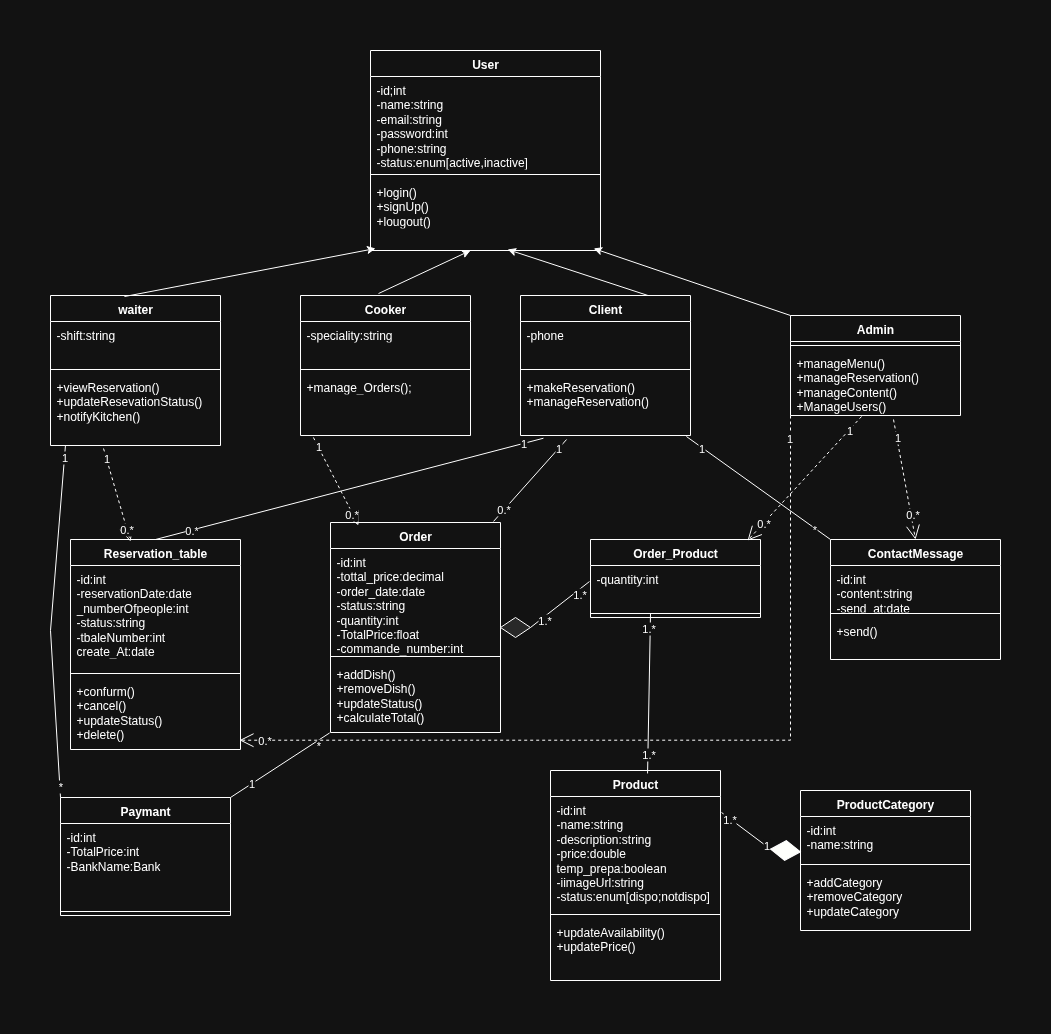
The draw.io diagram UML_Restaurant.drawio.png in ELMAKHTARLAARIF/Gestion_restaurant, before a commit. Source tidied: cells renumbered, new cells last; positions are measured from the earlier drawing's top-left corner, leaving out a move shared by most shapes.
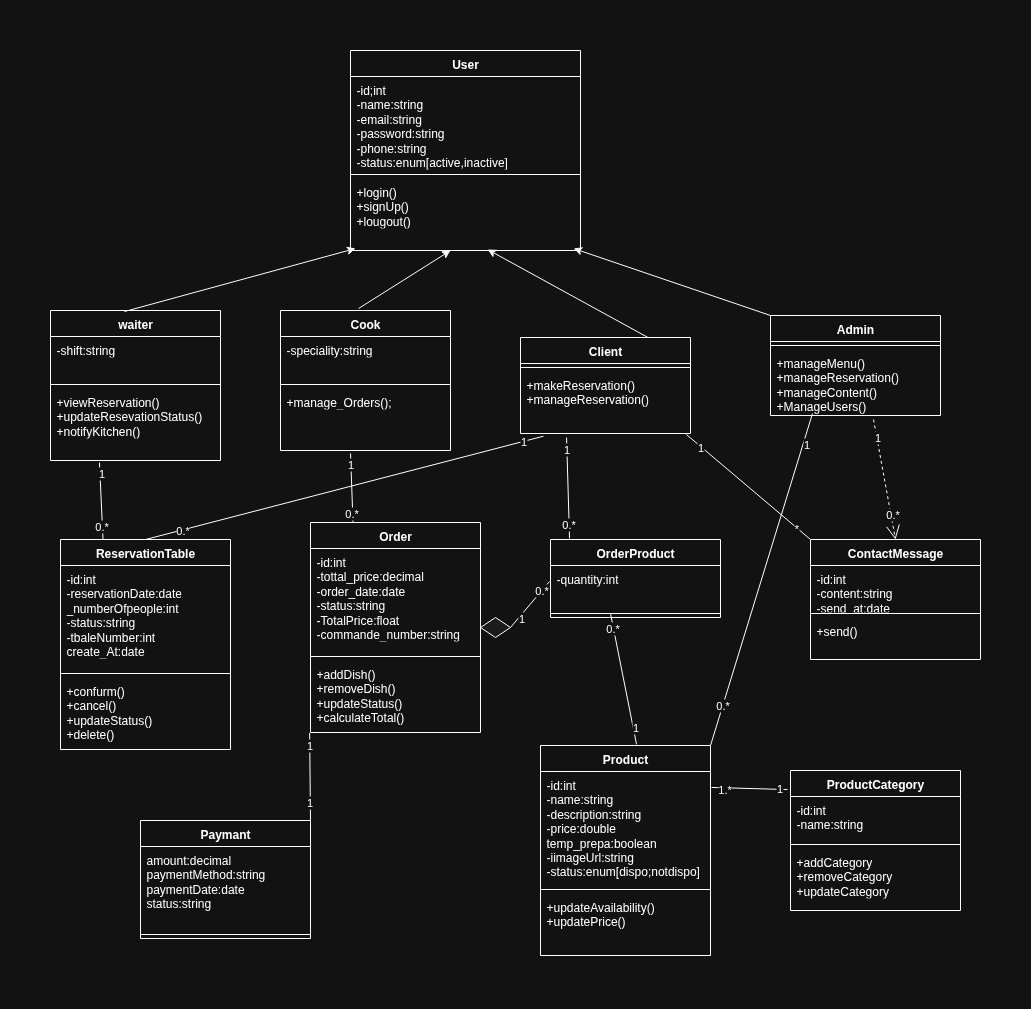
After the change.

The edit, as a diff of the source:
```diff
@@ -7,3 +7,3 @@
     </mxCell>
-    <mxCell id="3" value="-id;int&lt;div&gt;-name:string&lt;/div&gt;&lt;div&gt;-email:string&lt;/div&gt;&lt;div&gt;-password:int&lt;/div&gt;&lt;div&gt;-phone:string&lt;/div&gt;&lt;div&gt;-status:enum[active,inactive]&lt;/div&gt;" style="text;strokeColor=none;fillColor=none;align=left;verticalAlign=top;spacingLeft=4;spacingRight=4;overflow=hidden;whiteSpace=wrap;html=1;" parent="2" vertex="1">
+    <mxCell id="3" value="-id;int&lt;div&gt;-name:string&lt;/div&gt;&lt;div&gt;-email:string&lt;/div&gt;&lt;div&gt;-password:string&lt;/div&gt;&lt;div&gt;-phone:string&lt;/div&gt;&lt;div&gt;-status:enum[active,inactive]&lt;/div&gt;" style="text;strokeColor=none;fillColor=none;align=left;verticalAlign=top;spacingLeft=4;spacingRight=4;overflow=hidden;whiteSpace=wrap;html=1;" parent="2" vertex="1">
       <mxGeometry y="26" width="230" height="94" as="geometry" />
@@ -17,12 +17,9 @@
     <mxCell id="6" value="Client" style="swimlane;fontStyle=1;align=center;verticalAlign=top;horizontal=1;startSize=26;whiteSpace=wrap;html=1;" parent="1" vertex="1">
-      <mxGeometry x="470" y="245" width="170" height="140" as="geometry" />
+      <mxGeometry x="490" y="287" width="170" height="96" as="geometry" />
     </mxCell>
-    <mxCell id="7" value="-phone" style="text;strokeColor=none;fillColor=none;align=left;verticalAlign=top;spacingLeft=4;spacingRight=4;overflow=hidden;whiteSpace=wrap;html=1;" parent="6" vertex="1">
-      <mxGeometry y="26" width="170" height="44" as="geometry" />
-    </mxCell>
     <mxCell id="8" style="line;strokeWidth=1;fillColor=none;align=left;verticalAlign=middle;spacingTop=-1;spacingLeft=3;spacingRight=3;labelPosition=right;strokeColor=inherit;" parent="6" vertex="1">
-      <mxGeometry y="70" width="170" height="8" as="geometry" />
+      <mxGeometry y="26" width="170" height="8" as="geometry" />
     </mxCell>
     <mxCell id="9" value="+makeReservation()&lt;div&gt;+manageReservation()&lt;/div&gt;" style="text;strokeColor=none;fillColor=none;align=left;verticalAlign=top;spacingLeft=4;spacingRight=4;overflow=hidden;points=[[0,0.5],[1,0.5]];portConstraint=eastwest;whiteSpace=wrap;html=1;" parent="6" vertex="1">
-      <mxGeometry y="78" width="170" height="62" as="geometry" />
+      <mxGeometry y="34" width="170" height="62" as="geometry" />
     </mxCell>
@@ -43,4 +40,4 @@
     </mxCell>
-    <mxCell id="14" value="Cooker" style="swimlane;fontStyle=1;align=center;verticalAlign=top;horizontal=1;startSize=26;whiteSpace=wrap;html=1;" parent="1" vertex="1">
-      <mxGeometry x="250" y="245" width="170" height="140" as="geometry" />
+    <mxCell id="14" value="Cook" style="swimlane;fontStyle=1;align=center;verticalAlign=top;horizontal=1;startSize=26;whiteSpace=wrap;html=1;" parent="1" vertex="1">
+      <mxGeometry x="250" y="260" width="170" height="140" as="geometry" />
     </mxCell>
@@ -56,3 +53,3 @@
     <mxCell id="18" value="waiter" style="swimlane;fontStyle=1;align=center;verticalAlign=top;horizontal=1;startSize=26;whiteSpace=wrap;html=1;" parent="1" vertex="1">
-      <mxGeometry y="245" width="170" height="150" as="geometry" />
+      <mxGeometry x="20" y="260" width="170" height="150" as="geometry" />
     </mxCell>
@@ -68,3 +65,3 @@
     <mxCell id="22" value="ProductCategory" style="swimlane;fontStyle=1;align=center;verticalAlign=top;horizontal=1;startSize=26;whiteSpace=wrap;html=1;" parent="1" vertex="1">
-      <mxGeometry x="750" y="740" width="170" height="140" as="geometry" />
+      <mxGeometry x="760" y="720" width="170" height="140" as="geometry" />
     </mxCell>
@@ -79,4 +76,4 @@
     </mxCell>
-    <mxCell id="26" value="Reservation_table" style="swimlane;fontStyle=1;align=center;verticalAlign=top;horizontal=1;startSize=26;whiteSpace=wrap;html=1;" parent="1" vertex="1">
-      <mxGeometry x="20" y="489" width="170" height="210" as="geometry" />
+    <mxCell id="26" value="ReservationTable" style="swimlane;fontStyle=1;align=center;verticalAlign=top;horizontal=1;startSize=26;whiteSpace=wrap;html=1;" parent="1" vertex="1">
+      <mxGeometry x="30" y="489" width="170" height="210" as="geometry" />
     </mxCell>
@@ -92,3 +89,3 @@
     <mxCell id="30" value="Product" style="swimlane;fontStyle=1;align=center;verticalAlign=top;horizontal=1;startSize=26;whiteSpace=wrap;html=1;" parent="1" vertex="1">
-      <mxGeometry x="500" y="720" width="170" height="210" as="geometry" />
+      <mxGeometry x="510" y="695" width="170" height="210" as="geometry" />
     </mxCell>
@@ -106,3 +103,3 @@
     </mxCell>
-    <mxCell id="35" value="-id:int&lt;div&gt;-tottal_price:decimal&lt;/div&gt;&lt;div&gt;-order_date:date&lt;/div&gt;&lt;div&gt;-status:string&lt;/div&gt;&lt;div&gt;-quantity:int&lt;/div&gt;&lt;div&gt;-TotalPrice:float&lt;/div&gt;&lt;div&gt;-commande_number:int&lt;/div&gt;" style="text;strokeColor=none;fillColor=none;align=left;verticalAlign=top;spacingLeft=4;spacingRight=4;overflow=hidden;whiteSpace=wrap;html=1;" parent="34" vertex="1">
+    <mxCell id="35" value="-id:int&lt;div&gt;-tottal_price:decimal&lt;/div&gt;&lt;div&gt;-order_date:date&lt;/div&gt;&lt;div&gt;-status:string&lt;/div&gt;&lt;div&gt;-TotalPrice:float&lt;/div&gt;&lt;div&gt;-commande_number:string&lt;/div&gt;" style="text;strokeColor=none;fillColor=none;align=left;verticalAlign=top;spacingLeft=4;spacingRight=4;overflow=hidden;whiteSpace=wrap;html=1;" parent="34" vertex="1">
       <mxGeometry y="26" width="170" height="104" as="geometry" />
@@ -134,5 +131,5 @@
     <mxCell id="44" value="Paymant" style="swimlane;fontStyle=1;align=center;verticalAlign=top;horizontal=1;startSize=26;whiteSpace=wrap;html=1;" parent="1" vertex="1">
-      <mxGeometry x="10" y="747" width="170" height="118" as="geometry" />
+      <mxGeometry x="110" y="770" width="170" height="118" as="geometry" />
     </mxCell>
-    <mxCell id="45" value="-id:int&lt;div&gt;-TotalPrice:int&lt;/div&gt;&lt;div&gt;-BankName:Bank&lt;/div&gt;&lt;div&gt;&lt;br&gt;&lt;/div&gt;" style="text;strokeColor=none;fillColor=none;align=left;verticalAlign=top;spacingLeft=4;spacingRight=4;overflow=hidden;whiteSpace=wrap;html=1;" parent="44" vertex="1">
+    <mxCell id="45" value="&lt;div&gt;amount:decimal&lt;br&gt;paymentMethod:string&lt;br&gt;paymentDate:date&lt;br&gt;status:string&lt;/div&gt;" style="text;strokeColor=none;fillColor=none;align=left;verticalAlign=top;spacingLeft=4;spacingRight=4;overflow=hidden;whiteSpace=wrap;html=1;" parent="44" vertex="1">
       <mxGeometry y="26" width="170" height="84" as="geometry" />
@@ -142,15 +139,2 @@
     </mxCell>
-    <mxCell id="47" style="endArrow=none;html=1;rounded=0;exitX=0;exitY=0;exitDx=0;exitDy=0;entryX=0.088;entryY=1;entryDx=0;entryDy=0;entryPerimeter=0;" parent="1" edge="1" source="44" target="21">
-      <mxGeometry relative="1" as="geometry">
-        <Array as="points">
-          <mxPoint y="580" />
-        </Array>
-      </mxGeometry>
-    </mxCell>
-    <mxCell id="48" value="1" style="edgeLabel;html=1;align=center;verticalAlign=middle;" parent="47" vertex="1">
-      <mxGeometry x="0.93" y="1" relative="1" as="geometry" />
-    </mxCell>
-    <mxCell id="49" value="*" style="edgeLabel;html=1;align=center;verticalAlign=middle;" parent="47" vertex="1">
-      <mxGeometry x="-0.93" relative="1" as="geometry" />
-    </mxCell>
     <mxCell id="50" style="endArrow=none;html=1;rounded=0;exitX=1;exitY=0;exitDx=0;exitDy=0;entryX=-0.005;entryY=1.006;entryDx=0;entryDy=0;entryPerimeter=0;" parent="1" edge="1" source="44" target="37">
@@ -158,7 +142,2 @@
     </mxCell>
-    <mxCell id="51" value="*" style="edgeLabel;html=1;align=center;verticalAlign=middle;" parent="50" vertex="1">
-      <mxGeometry x="0.73" y="-4" relative="1" as="geometry">
-        <mxPoint x="-1" as="offset" />
-      </mxGeometry>
-    </mxCell>
     <mxCell id="52" value="1" style="edgeLabel;html=1;align=center;verticalAlign=middle;" parent="50" vertex="1">
@@ -166,2 +145,5 @@
     </mxCell>
+    <mxCell id="93" value="1" style="edgeLabel;html=1;align=center;verticalAlign=middle;" parent="50" vertex="1">
+      <mxGeometry x="0.74" y="1" relative="1" as="geometry" />
+    </mxCell>
     <mxCell id="53" style="endArrow=classic;html=1;rounded=0;entryX=0.97;entryY=0.972;entryDx=0;entryDy=0;entryPerimeter=0;exitX=0;exitY=0;exitDx=0;exitDy=0;" parent="1" edge="1" source="10" target="5">
@@ -178,3 +160,3 @@
     </mxCell>
-    <mxCell id="57" style="endArrow=none;html=1;rounded=0;entryX=1.006;entryY=0.14;entryDx=0;entryDy=0;entryPerimeter=0;exitX=0;exitY=0.5;exitDx=0;exitDy=0;" parent="1" edge="1" source="69" target="31">
+    <mxCell id="57" style="endArrow=none;html=1;rounded=0;entryX=1.006;entryY=0.14;entryDx=0;entryDy=0;entryPerimeter=0;exitX=-0.018;exitY=0.136;exitDx=0;exitDy=0;exitPerimeter=0;" parent="1" edge="1" source="22" target="31">
       <mxGeometry relative="1" as="geometry" />
@@ -187,13 +169,13 @@
     </mxCell>
-    <mxCell id="60" style="endArrow=none;html=1;rounded=0;exitX=0.353;exitY=1.091;exitDx=0;exitDy=0;entryX=0.571;entryY=0.014;entryDx=0;entryDy=0;entryPerimeter=0;exitPerimeter=0;" parent="1" edge="1" source="64" target="30">
+    <mxCell id="60" style="endArrow=none;html=1;rounded=0;exitX=0.353;exitY=1.091;exitDx=0;exitDy=0;entryX=0.565;entryY=-0.005;entryDx=0;entryDy=0;entryPerimeter=0;exitPerimeter=0;" parent="1" edge="1" source="64" target="30">
       <mxGeometry relative="1" as="geometry" />
     </mxCell>
-    <mxCell id="61" value="1.*" style="edgeLabel;html=1;align=center;verticalAlign=middle;" parent="60" vertex="1">
-      <mxGeometry x="-0.81" y="-2" relative="1" as="geometry" />
-    </mxCell>
-    <mxCell id="62" value="1.*" style="edgeLabel;html=1;align=center;verticalAlign=middle;" parent="60" vertex="1">
-      <mxGeometry x="0.77" relative="1" as="geometry" />
-    </mxCell>
+    <mxCell id="94" value="1" style="edgeLabel;html=1;align=center;verticalAlign=middle;" parent="60" vertex="1">
+      <mxGeometry x="0.74" y="2" relative="1" as="geometry" />
+    </mxCell>
+    <mxCell id="95" value="0.*" style="edgeLabel;html=1;align=center;verticalAlign=middle;" parent="60" vertex="1">
+      <mxGeometry x="-0.78" y="-1" relative="1" as="geometry" />
+    </mxCell>
-    <mxCell id="63" value="Order_Product" style="swimlane;fontStyle=1;align=center;verticalAlign=top;horizontal=1;startSize=26;whiteSpace=wrap;html=1;" parent="1" vertex="1">
-      <mxGeometry x="540" y="489" width="170" height="78" as="geometry" />
+    <mxCell id="63" value="OrderProduct" style="swimlane;fontStyle=1;align=center;verticalAlign=top;horizontal=1;startSize=26;whiteSpace=wrap;html=1;" parent="1" vertex="1">
+      <mxGeometry x="520" y="489" width="170" height="78" as="geometry" />
     </mxCell>
@@ -208,12 +190,9 @@
     </mxCell>
-    <mxCell id="67" value="1.*" style="edgeLabel;html=1;align=center;verticalAlign=middle;" parent="66" vertex="1">
-      <mxGeometry x="0.57" y="-3" relative="1" as="geometry" />
-    </mxCell>
-    <mxCell id="68" value="1.*" style="edgeLabel;html=1;align=center;verticalAlign=middle;" parent="66" vertex="1">
-      <mxGeometry x="-0.59" y="-2" relative="1" as="geometry" />
-    </mxCell>
-    <mxCell id="69" style="shape=rhombus;perimeter=rhombusPerimeter;whiteSpace=wrap;html=1;align=center;rotation=5;fillColor=#FEFFFB;" parent="1" vertex="1">
-      <mxGeometry x="720" y="790" width="30" height="20" as="geometry" />
-    </mxCell>
+    <mxCell id="96" value="1" style="edgeLabel;html=1;align=center;verticalAlign=middle;" parent="66" vertex="1">
+      <mxGeometry x="-0.54" y="-2" relative="1" as="geometry" />
+    </mxCell>
+    <mxCell id="97" value="0.*" style="edgeLabel;html=1;align=center;verticalAlign=middle;" parent="66" vertex="1">
+      <mxGeometry x="0.58" y="1" relative="1" as="geometry" />
+    </mxCell>
-    <mxCell id="70" style="shape=rhombus;perimeter=rhombusPerimeter;whiteSpace=wrap;html=1;align=center;rotation=-180;fillColor=#282828;" parent="1" vertex="1">
+    <mxCell id="70" style="shape=rhombus;perimeter=rhombusPerimeter;whiteSpace=wrap;html=1;align=center;rotation=-180;fillColor=#1B1B1B;strokeColor=#FBFFF3;" parent="1" vertex="1">
       <mxGeometry x="450" y="567" width="30" height="20" as="geometry" />
@@ -232,3 +211,3 @@
     </mxCell>
-    <mxCell id="75" style="endArrow=none;html=1;rounded=0;exitX=0.271;exitY=1.065;exitDx=0;exitDy=0;exitPerimeter=0;entryX=0.959;entryY=-0.005;entryDx=0;entryDy=0;entryPerimeter=0;" parent="1" edge="1" source="9" target="34">
+    <mxCell id="75" style="endArrow=none;html=1;rounded=0;exitX=0.271;exitY=1.065;exitDx=0;exitDy=0;exitPerimeter=0;entryX=0.112;entryY=-0.013;entryDx=0;entryDy=0;entryPerimeter=0;" parent="1" edge="1" source="9" target="63">
       <mxGeometry relative="1" as="geometry" />
@@ -250,43 +229,29 @@
     </mxCell>
-    <mxCell id="81" style="endArrow=open;endSize=12;dashed=1;html=1;rounded=0;exitX=0.418;exitY=1.015;exitDx=0;exitDy=0;exitPerimeter=0;entryX=0.924;entryY=0.013;entryDx=0;entryDy=0;entryPerimeter=0;" parent="1" edge="1" source="13" target="63">
-      <mxGeometry relative="1" as="geometry" />
-    </mxCell>
-    <mxCell id="82" value="0.*" style="edgeLabel;html=1;align=center;verticalAlign=middle;" parent="81" vertex="1">
-      <mxGeometry x="0.72" y="-1" relative="1" as="geometry" />
-    </mxCell>
-    <mxCell id="83" value="1" style="edgeLabel;html=1;align=center;verticalAlign=middle;" parent="81" vertex="1">
-      <mxGeometry x="-0.79" relative="1" as="geometry" />
-    </mxCell>
-    <mxCell id="84" style="endArrow=open;endSize=12;dashed=1;html=1;rounded=0;exitX=0;exitY=1;exitDx=0;exitDy=0;exitPerimeter=0;entryX=0.994;entryY=0.871;entryDx=0;entryDy=0;entryPerimeter=0;edgeStyle=orthogonalEdgeStyle;" parent="1" edge="1" source="13" target="29">
-      <mxGeometry relative="1" as="geometry">
-        <Array as="points">
-          <mxPoint x="740" y="690" />
-          <mxPoint x="189" y="690" />
-        </Array>
-      </mxGeometry>
-    </mxCell>
-    <mxCell id="85" value="0.*" style="edgeLabel;html=1;align=center;verticalAlign=middle;" parent="84" vertex="1">
-      <mxGeometry x="0.94" relative="1" as="geometry" />
-    </mxCell>
-    <mxCell id="86" value="1" style="edgeLabel;html=1;align=center;verticalAlign=middle;" parent="84" vertex="1">
-      <mxGeometry x="-0.95" y="-2" relative="1" as="geometry" />
-    </mxCell>
-    <mxCell id="87" style="endArrow=open;endSize=12;dashed=1;html=1;rounded=0;exitX=0.312;exitY=1.042;exitDx=0;exitDy=0;exitPerimeter=0;entryX=0.353;entryY=0.01;entryDx=0;entryDy=0;entryPerimeter=0;" parent="1" edge="1" source="21" target="26">
-      <mxGeometry relative="1" as="geometry" />
-    </mxCell>
-    <mxCell id="88" value="0.*" style="edgeLabel;html=1;align=center;verticalAlign=middle;" parent="87" vertex="1">
-      <mxGeometry x="0.72" y="-1" relative="1" as="geometry" />
-    </mxCell>
-    <mxCell id="89" value="1" style="edgeLabel;html=1;align=center;verticalAlign=middle;" parent="87" vertex="1">
-      <mxGeometry x="-0.79" relative="1" as="geometry" />
-    </mxCell>
-    <mxCell id="90" style="endArrow=open;endSize=12;dashed=1;html=1;rounded=0;exitX=0.076;exitY=1.032;exitDx=0;exitDy=0;exitPerimeter=0;entryX=0.165;entryY=0.014;entryDx=0;entryDy=0;entryPerimeter=0;" parent="1" edge="1" source="17" target="34">
-      <mxGeometry relative="1" as="geometry" />
-    </mxCell>
-    <mxCell id="91" value="0.*" style="edgeLabel;html=1;align=center;verticalAlign=middle;" parent="90" vertex="1">
-      <mxGeometry x="0.72" y="-1" relative="1" as="geometry" />
-    </mxCell>
-    <mxCell id="92" value="1" style="edgeLabel;html=1;align=center;verticalAlign=middle;" parent="90" vertex="1">
-      <mxGeometry x="-0.79" relative="1" as="geometry" />
-    </mxCell>
+    <mxCell id="98" style="endArrow=none;html=1;rounded=0;exitX=0.25;exitY=0;exitDx=0;exitDy=0;entryX=0.288;entryY=1.028;entryDx=0;entryDy=0;entryPerimeter=0;" parent="1" edge="1" source="26" target="21">
+      <mxGeometry relative="1" as="geometry" />
+    </mxCell>
+    <mxCell id="99" value="1" style="edgeLabel;html=1;align=center;verticalAlign=middle;" parent="98" vertex="1">
+      <mxGeometry x="0.73" y="-1" relative="1" as="geometry" />
+    </mxCell>
+    <mxCell id="100" value="0.*" style="edgeLabel;html=1;align=center;verticalAlign=middle;" parent="98" vertex="1">
+      <mxGeometry x="-0.64" y="1" relative="1" as="geometry" />
+    </mxCell>
+    <mxCell id="101" style="endArrow=none;html=1;rounded=0;exitX=0.25;exitY=0;exitDx=0;exitDy=0;entryX=0.412;entryY=1.048;entryDx=0;entryDy=0;entryPerimeter=0;" parent="1" edge="1" source="34" target="17">
+      <mxGeometry relative="1" as="geometry" />
+    </mxCell>
+    <mxCell id="102" value="1" style="edgeLabel;html=1;align=center;verticalAlign=middle;" parent="101" vertex="1">
+      <mxGeometry x="0.71" y="1" relative="1" as="geometry" />
+    </mxCell>
+    <mxCell id="103" value="0.*" style="edgeLabel;html=1;align=center;verticalAlign=middle;" parent="101" vertex="1">
+      <mxGeometry x="-0.71" y="2" relative="1" as="geometry" />
+    </mxCell>
+    <mxCell id="104" style="endArrow=none;html=1;rounded=0;exitX=1;exitY=0;exitDx=0;exitDy=0;entryX=0.247;entryY=0.97;entryDx=0;entryDy=0;entryPerimeter=0;" parent="1" edge="1" source="30" target="13">
+      <mxGeometry relative="1" as="geometry" />
+    </mxCell>
+    <mxCell id="105" value="1" style="edgeLabel;html=1;align=center;verticalAlign=middle;" parent="104" vertex="1">
+      <mxGeometry x="0.82" y="-3" relative="1" as="geometry" />
+    </mxCell>
+    <mxCell id="106" value="0.*" style="edgeLabel;html=1;align=center;verticalAlign=middle;" parent="104" vertex="1">
+      <mxGeometry x="-0.76" y="1" relative="1" as="geometry" />
+    </mxCell>
   </root>
```
